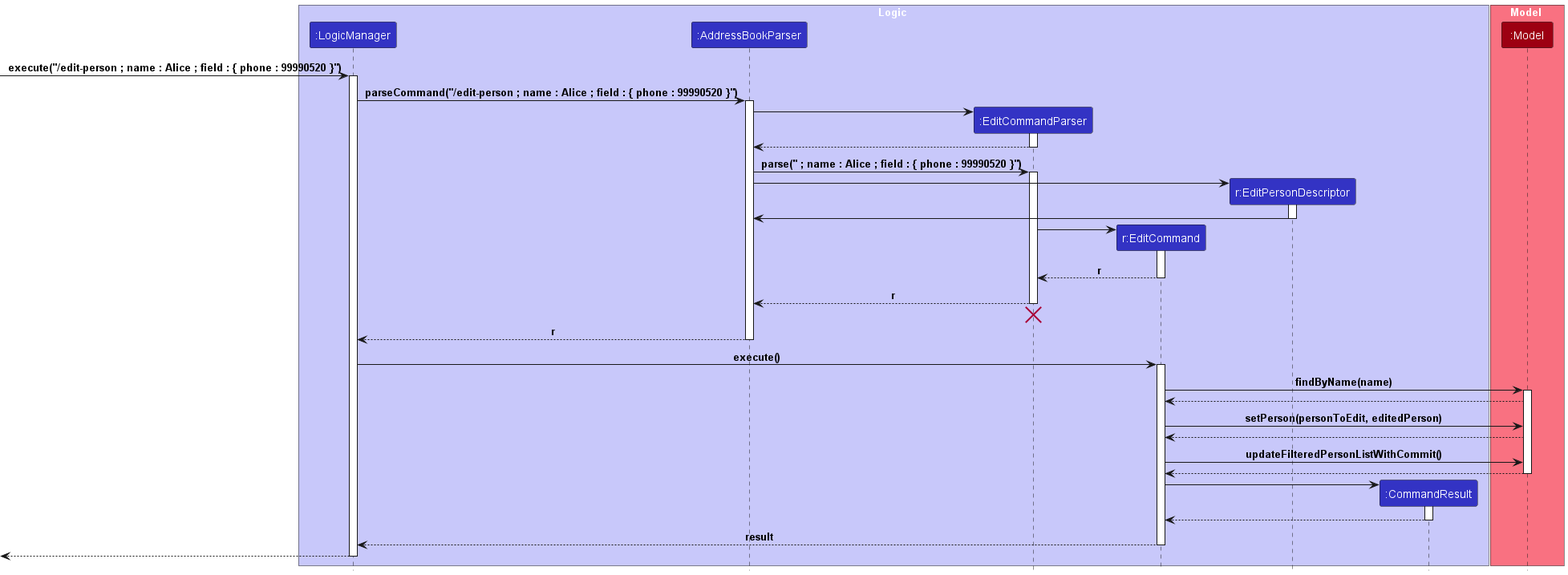
Earlier version of the PlantUML export docs/images/EditCommandSequenceDiagram.png (yleeyilin/tp).
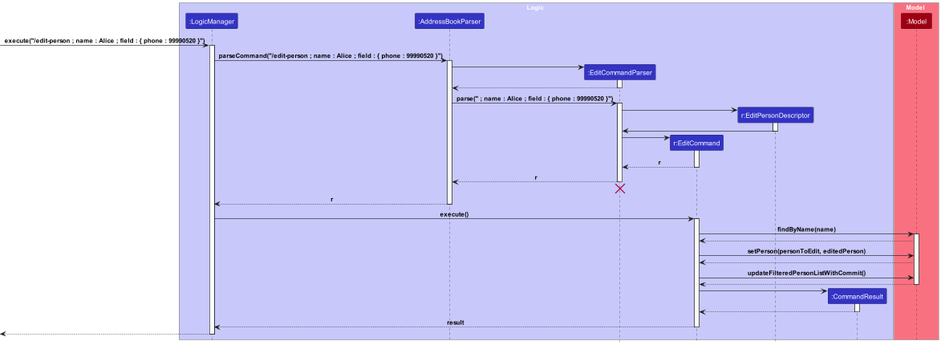
After the change.

Diff of the diagram source:
```diff
@@ -31,9 +31,9 @@
 activate EditCommandParser
 
 create EditPersonDescriptor
-AddressBookParser -> EditPersonDescriptor
+EditCommandParser -> EditPersonDescriptor
 activate EditPersonDescriptor
-EditPersonDescriptor -> AddressBookParser
+EditPersonDescriptor -> EditCommandParser
 deactivate EditPersonDescriptor
 
 create EditCommand
```
